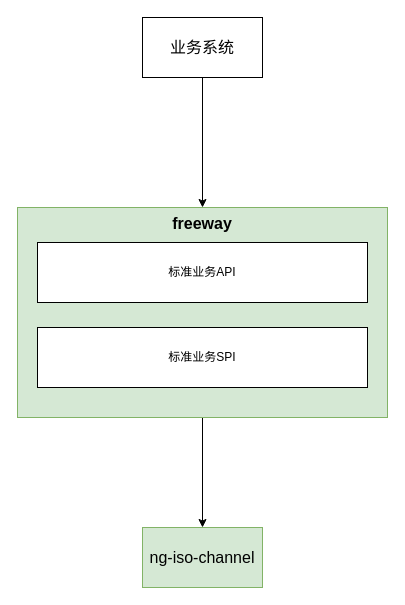
This is freeway-isw-iso-channel.drawio from catface996/images, a draw.io file, before an edit. Source tidied: cells renumbered, new cells numbered last; positions are measured from the earlier drawing's top-left corner, leaving out a move shared by most shapes. Both pictures are drawn from the tidied source at 100%, with x=0, y=0 at pixel (17, 17).
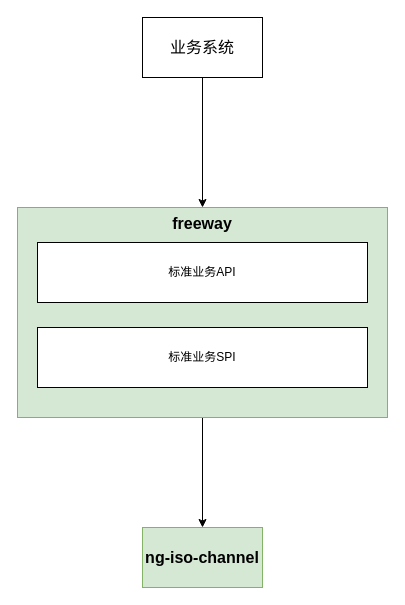
The same page after the edit.

Change to the diagram source:
```diff
@@
 <mxGraphModel>
   <root>
     <mxCell id="0" />
     <mxCell id="1" parent="0" />
     <mxCell id="2" style="edgeStyle=orthogonalEdgeStyle;rounded=0;jettySize=auto;html=1;entryX=0.5;entryY=0;entryDx=0;entryDy=0;fontSize=16;" parent="1" edge="1" source="3" target="6">
       <mxGeometry relative="1" as="geometry" />
     </mxCell>
     <mxCell id="3" value="freeway" style="rounded=0;whiteSpace=wrap;html=1;verticalAlign=top;fontStyle=1;fontSize=16;fillColor=#d5e8d4;strokeColor=#82b366;" parent="1" vertex="1">
       <mxGeometry y="190" width="370" height="210" as="geometry" />
     </mxCell>
     <mxCell id="4" value="标准业务API" style="rounded=0;whiteSpace=wrap;html=1;" parent="1" vertex="1">
       <mxGeometry x="20" y="225" width="330" height="60" as="geometry" />
     </mxCell>
     <mxCell id="5" value="标准业务SPI" style="rounded=0;whiteSpace=wrap;html=1;" parent="1" vertex="1">
       <mxGeometry x="20" y="310" width="330" height="60" as="geometry" />
     </mxCell>
-    <mxCell id="6" value="ng-iso-channel" style="rounded=0;whiteSpace=wrap;html=1;fontSize=16;fillColor=#d5e8d4;strokeColor=#82b366;" parent="1" vertex="1">
+    <mxCell id="6" value="ng-iso-channel" style="rounded=0;whiteSpace=wrap;html=1;fontSize=16;fillColor=#d5e8d4;strokeColor=#82b366;fontStyle=1;" parent="1" vertex="1">
       <mxGeometry x="125" y="510" width="120" height="60" as="geometry" />
     </mxCell>
     <mxCell id="7" style="edgeStyle=orthogonalEdgeStyle;rounded=0;jettySize=auto;html=1;entryX=0.5;entryY=0;entryDx=0;entryDy=0;fontSize=16;" parent="1" edge="1" source="8" target="3">
       <mxGeometry relative="1" as="geometry" />
     </mxCell>
     <mxCell id="8" value="业务系统" style="rounded=0;whiteSpace=wrap;html=1;fontSize=16;" parent="1" vertex="1">
       <mxGeometry x="125" width="120" height="60" as="geometry" />
     </mxCell>
   </root>
 </mxGraphModel>
```
